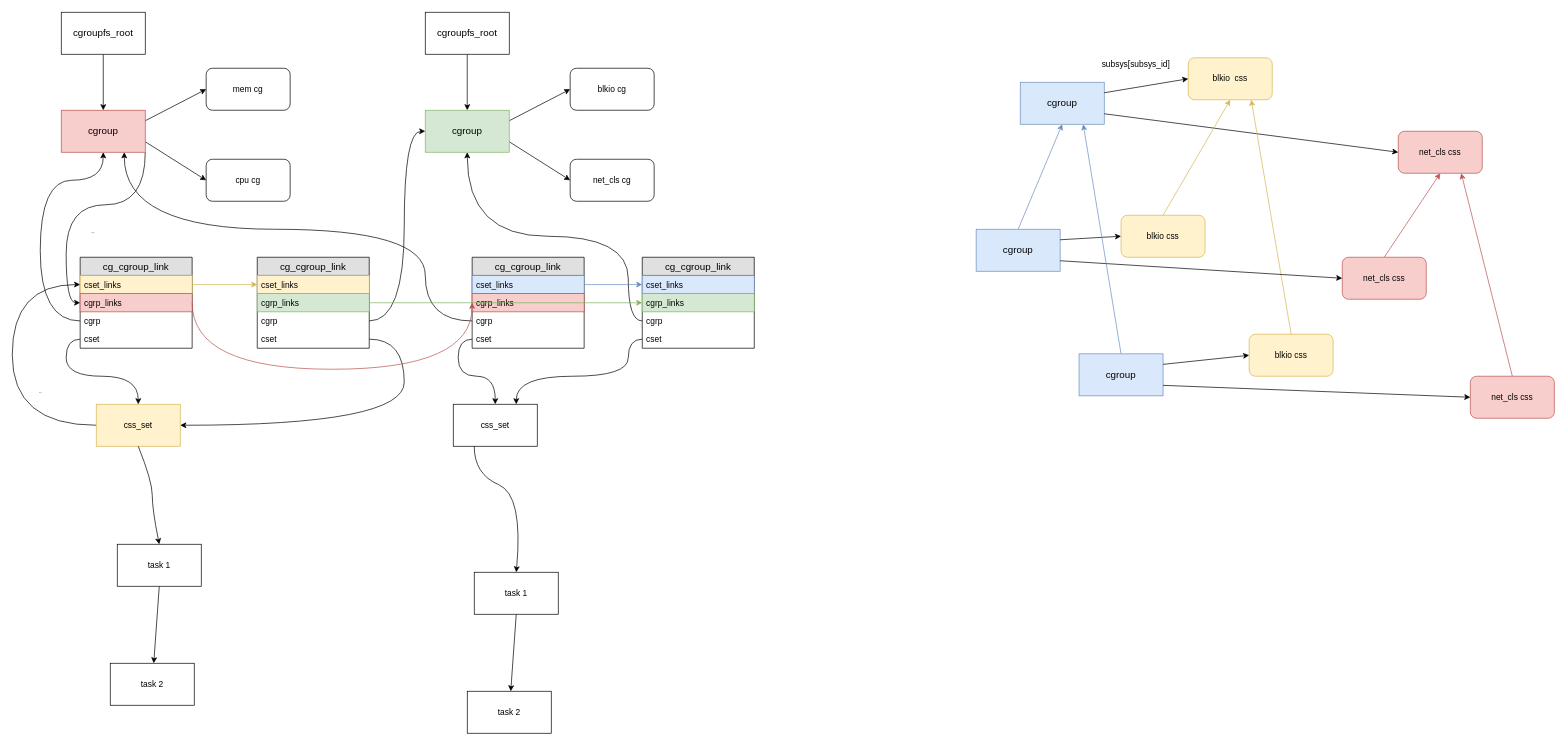
Before: page "Page-2" (2 of 3) of cgroup.drawio in chenlei0x/drawio, a draw.io diagram. Source tidied: cells renumbered, new cells numbered last; positions are measured from the earlier drawing's top-left corner, leaving out a move shared by most shapes. Both pictures are drawn from the tidied source at 70%, with x=0, y=0 at pixel (12, 12).
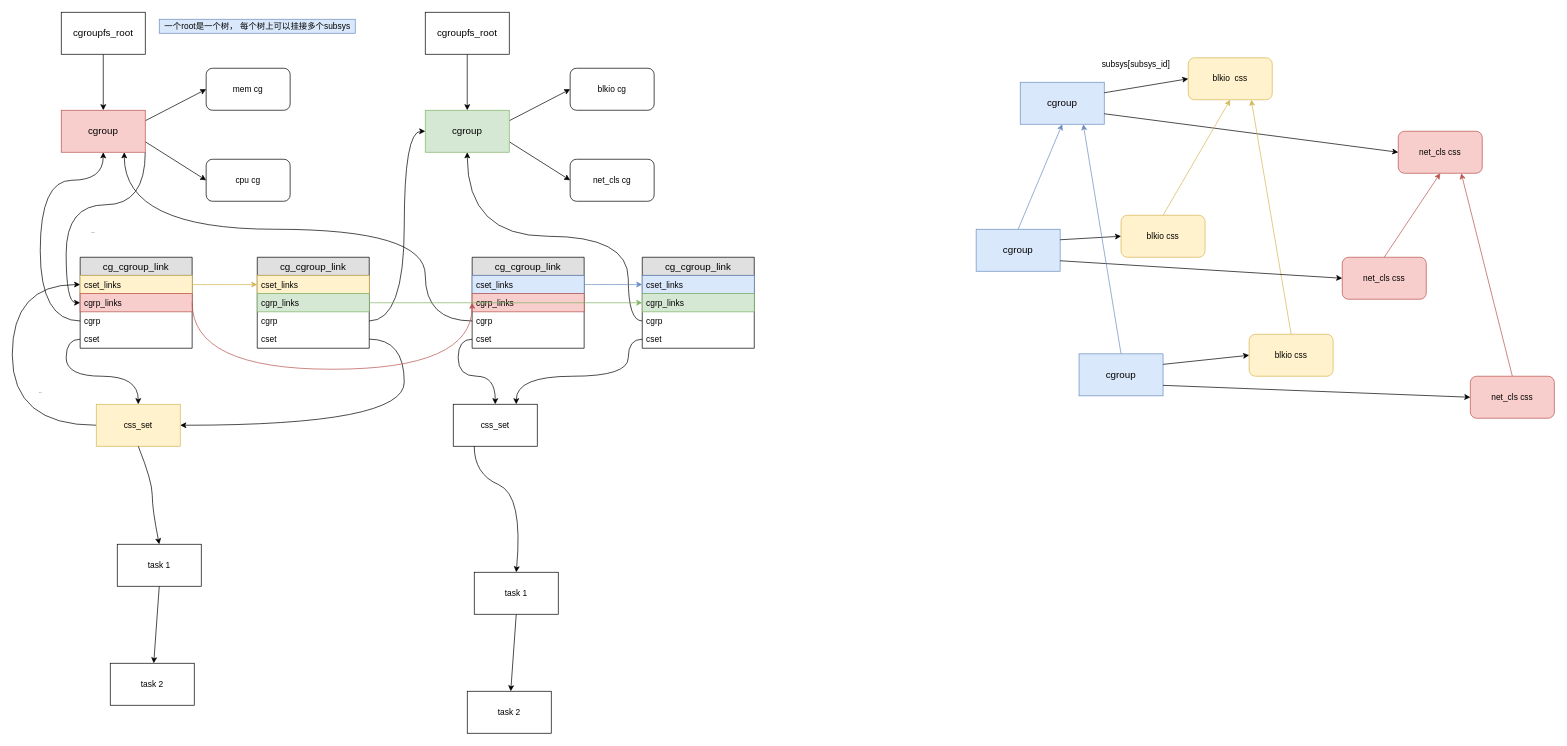
The same page after the edit.

What changed in the source:
```diff
@@
+    <mxCell id="84" value="一个root是一个树， 每个树上可以挂接多个subsys" style="text;html=1;align=center;verticalAlign=middle;fillColor=#dae8fc;strokeColor=#6c8ebf;" parent="1" vertex="1">
+      <mxGeometry x="210" y="10" width="280" height="20" as="geometry" />
+    </mxCell>
```
